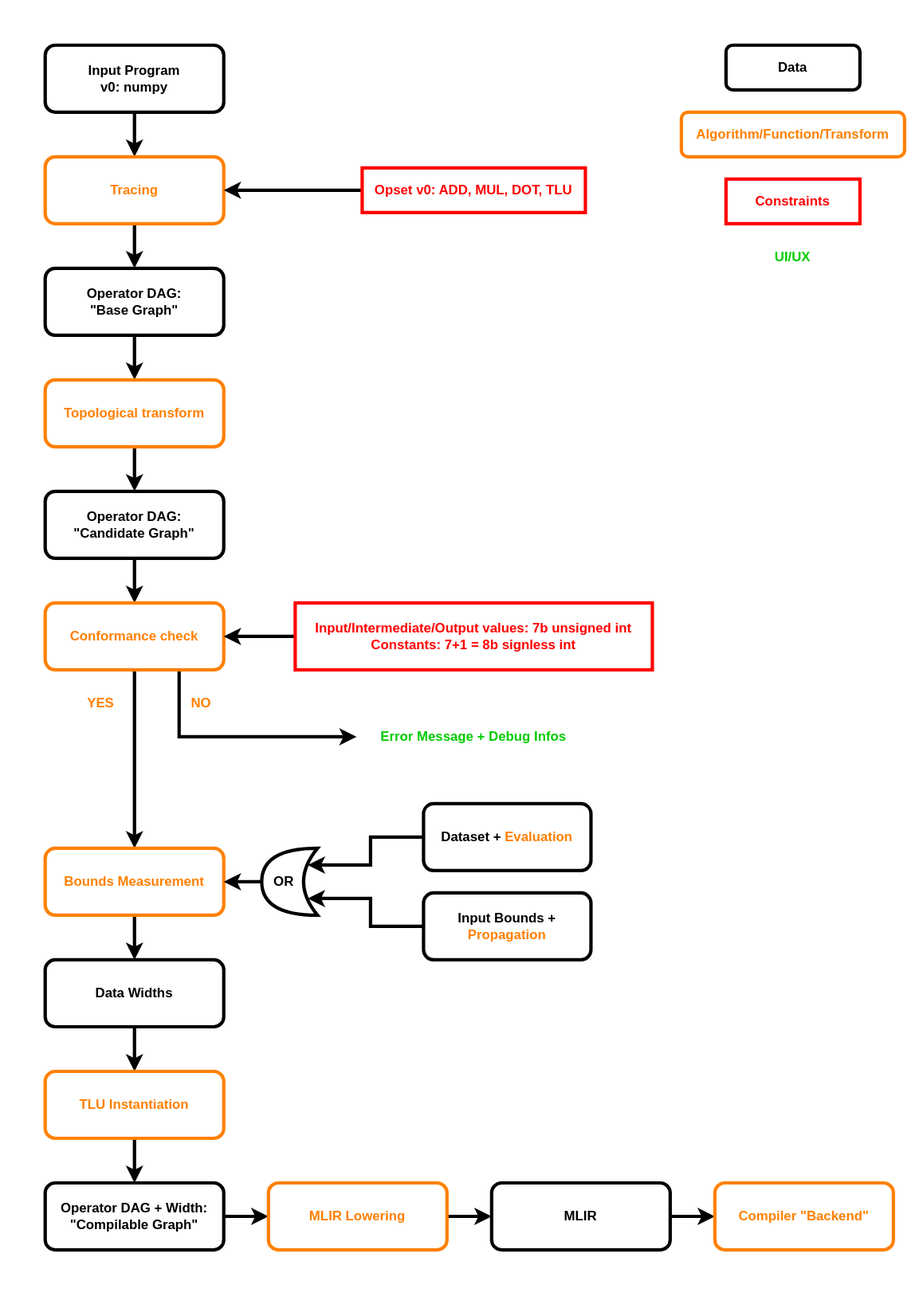
Before: docs/_static/frontend_flow.svg, a diagram exported from draw.io (zama-ai/concrete). Source tidied: cells renumbered, new cells last; positions are measured from the earlier drawing's top-left corner, leaving out a move shared by most shapes.
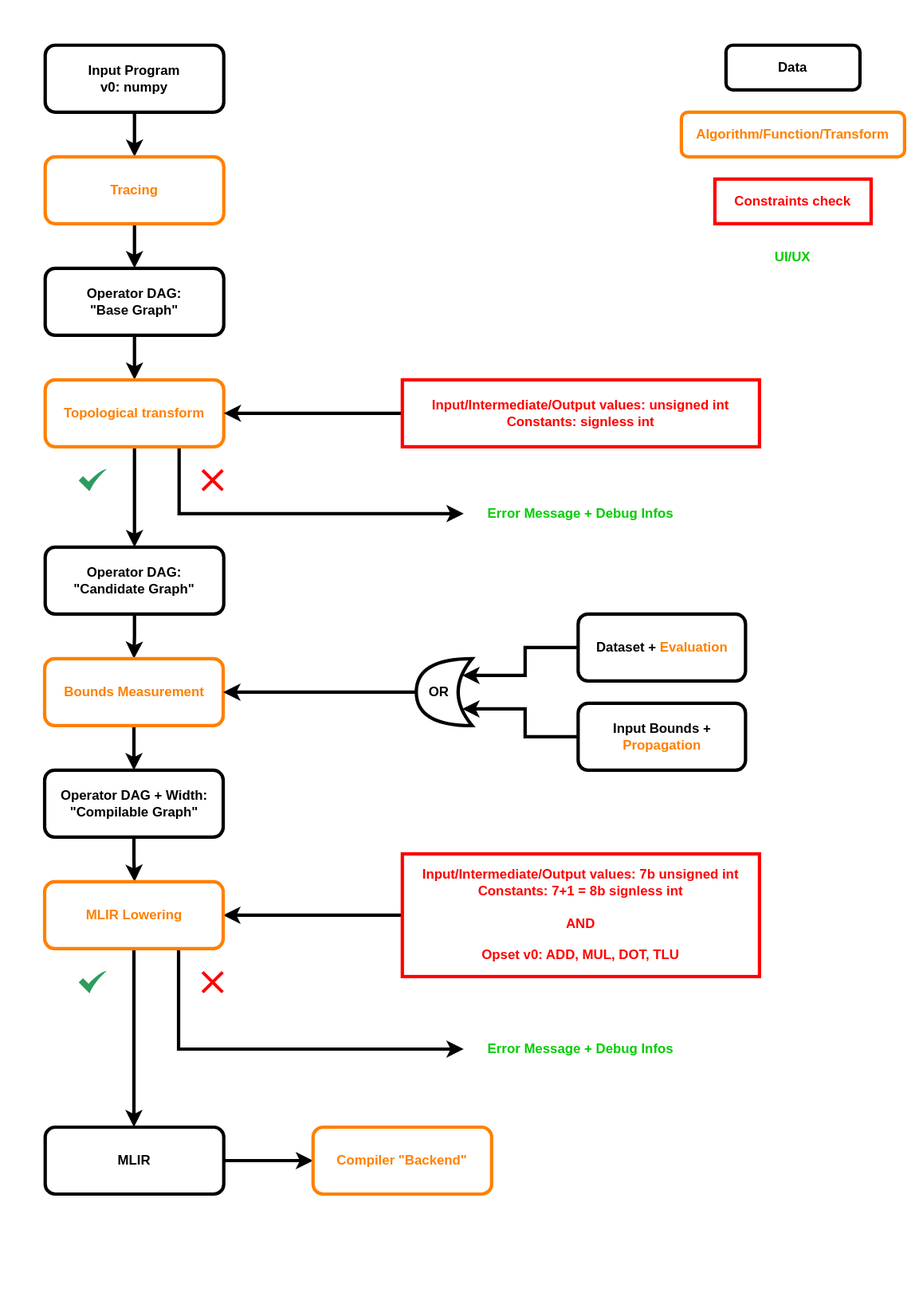
After the change.

Commit message:
docs(dev): update frontend flow file

- use feedbacks and re-evaluate with experience building the numpy tracing

Change to the diagram source:
```diff
@@ -29,110 +29,108 @@
     <mxCell id="10" style="edgeStyle=orthogonalEdgeStyle;rounded=0;jettySize=auto;html=1;strokeWidth=3;" parent="1" edge="1" source="11" target="13">
       <mxGeometry relative="1" as="geometry" />
     </mxCell>
+    <mxCell id="46" style="edgeStyle=orthogonalEdgeStyle;rounded=0;jettySize=auto;html=1;exitX=0.75;exitY=1;exitDx=0;exitDy=0;entryX=0;entryY=0.5;entryDx=0;entryDy=0;fontColor=#FF8000;strokeWidth=3;" parent="1" edge="1" source="11" target="53">
+      <mxGeometry relative="1" as="geometry" />
+    </mxCell>
     <mxCell id="11" value="Topological transform" style="rounded=1;whiteSpace=wrap;html=1;strokeColor=#FF8000;fontColor=#FF8000;strokeWidth=3;fontStyle=1;" parent="1" vertex="1">
       <mxGeometry y="300" width="160" height="60" as="geometry" />
     </mxCell>
-    <mxCell id="12" style="edgeStyle=orthogonalEdgeStyle;rounded=0;jettySize=auto;html=1;strokeWidth=3;" parent="1" edge="1" source="13" target="16">
-      <mxGeometry relative="1" as="geometry" />
-    </mxCell>
+    <mxCell id="47" style="edgeStyle=orthogonalEdgeStyle;rounded=0;jettySize=auto;html=1;strokeWidth=3;" parent="1" edge="1" source="13" target="24">
+      <mxGeometry relative="1" as="geometry" />
+    </mxCell>
     <mxCell id="13" value="Operator DAG:&lt;br&gt;&quot;Candidate Graph&quot;" style="rounded=1;whiteSpace=wrap;html=1;strokeWidth=3;fontStyle=1;" parent="1" vertex="1">
-      <mxGeometry y="400" width="160" height="60" as="geometry" />
+      <mxGeometry y="450" width="160" height="60" as="geometry" />
     </mxCell>
-    <mxCell id="14" style="edgeStyle=orthogonalEdgeStyle;rounded=0;jettySize=auto;html=1;exitX=0.75;exitY=1;exitDx=0;exitDy=0;entryX=0;entryY=0.5;entryDx=0;entryDy=0;fontColor=#00CC00;strokeWidth=3;" parent="1" edge="1" source="16" target="21">
-      <mxGeometry relative="1" as="geometry" />
-    </mxCell>
-    <mxCell id="15" style="edgeStyle=orthogonalEdgeStyle;rounded=0;jettySize=auto;html=1;exitX=0.5;exitY=1;exitDx=0;exitDy=0;entryX=0.5;entryY=0;entryDx=0;entryDy=0;fontColor=#00CC00;strokeWidth=3;" parent="1" edge="1" source="16" target="24">
-      <mxGeometry relative="1" as="geometry" />
-    </mxCell>
-    <mxCell id="16" value="Conformance check" style="rounded=1;whiteSpace=wrap;html=1;strokeColor=#FF8000;fontColor=#FF8000;strokeWidth=3;fontStyle=1;" parent="1" vertex="1">
-      <mxGeometry y="500" width="160" height="60" as="geometry" />
-    </mxCell>
-    <mxCell id="17" value="Constraints" style="rounded=0;whiteSpace=wrap;html=1;strokeWidth=3;strokeColor=#FF0000;fontColor=#FF0000;fontStyle=1;" parent="1" vertex="1">
-      <mxGeometry x="610" y="120" width="120" height="40" as="geometry" />
+    <mxCell id="17" value="Constraints check" style="rounded=0;whiteSpace=wrap;html=1;strokeWidth=3;strokeColor=#FF0000;fontColor=#FF0000;fontStyle=1;" parent="1" vertex="1">
+      <mxGeometry x="600" y="120" width="140" height="40" as="geometry" />
     </mxCell>
-    <mxCell id="18" style="edgeStyle=orthogonalEdgeStyle;rounded=0;jettySize=auto;html=1;fontColor=#FF0000;strokeWidth=3;" parent="1" edge="1" source="19" target="16">
-      <mxGeometry relative="1" as="geometry" />
-    </mxCell>
+    <mxCell id="48" style="edgeStyle=orthogonalEdgeStyle;rounded=0;jettySize=auto;html=1;exitX=0;exitY=0.5;exitDx=0;exitDy=0;entryX=1;entryY=0.5;entryDx=0;entryDy=0;fontColor=#FF8000;strokeWidth=3;" parent="1" edge="1" source="19" target="38">
+      <mxGeometry relative="1" as="geometry" />
+    </mxCell>
-    <mxCell id="19" value="Input/Intermediate/Output values: 7b unsigned int&lt;br&gt;Constants: 7+1 = 8b signless int" style="rounded=0;whiteSpace=wrap;html=1;strokeWidth=3;strokeColor=#FF0000;fontColor=#FF0000;fontStyle=1;" parent="1" vertex="1">
-      <mxGeometry x="224" y="500" width="320" height="60" as="geometry" />
+    <mxCell id="19" value="Input/Intermediate/Output values: 7b unsigned int&lt;br&gt;Constants: 7+1 = 8b signless int&lt;br&gt;&lt;br&gt;AND&lt;br&gt;&lt;br&gt;&lt;span style=&quot;font-family: &amp;#34;helvetica&amp;#34;&quot;&gt;Opset v0: ADD, MUL, DOT, TLU&lt;/span&gt;" style="rounded=0;whiteSpace=wrap;html=1;strokeWidth=3;strokeColor=#FF0000;fontColor=#FF0000;fontStyle=1;" parent="1" vertex="1">
+      <mxGeometry x="320" y="725" width="320" height="110" as="geometry" />
     </mxCell>
     <mxCell id="20" value="UI/UX" style="text;html=1;strokeColor=none;fillColor=none;align=center;verticalAlign=middle;whiteSpace=wrap;rounded=0;fontColor=#00CC00;fontStyle=1;" parent="1" vertex="1">
       <mxGeometry x="650" y="180" width="40" height="20" as="geometry" />
     </mxCell>
     <mxCell id="21" value="Error Message + Debug Infos" style="text;html=1;strokeColor=none;fillColor=none;align=center;verticalAlign=middle;whiteSpace=wrap;rounded=0;fontColor=#00CC00;fontStyle=1;" parent="1" vertex="1">
-      <mxGeometry x="279" y="600" width="210" height="40" as="geometry" />
+      <mxGeometry x="375" y="880" width="210" height="40" as="geometry" />
     </mxCell>
-    <mxCell id="22" value="&lt;font color=&quot;#ff8000&quot;&gt;&lt;b&gt;NO&lt;/b&gt;&lt;/font&gt;" style="text;html=1;strokeColor=none;fillColor=none;align=center;verticalAlign=middle;whiteSpace=wrap;rounded=0;fontColor=#00CC00;" parent="1" vertex="1">
-      <mxGeometry x="120" y="580" width="40" height="20" as="geometry" />
-    </mxCell>
     <mxCell id="23" style="edgeStyle=orthogonalEdgeStyle;rounded=0;jettySize=auto;html=1;fontColor=#000000;strokeWidth=3;" parent="1" edge="1" source="24" target="34">
       <mxGeometry relative="1" as="geometry" />
     </mxCell>
     <mxCell id="24" value="Bounds Measurement" style="rounded=1;whiteSpace=wrap;html=1;strokeColor=#FF8000;fontColor=#FF8000;strokeWidth=3;fontStyle=1;" parent="1" vertex="1">
-      <mxGeometry y="720" width="160" height="60" as="geometry" />
+      <mxGeometry x="-0.5" y="550" width="160" height="60" as="geometry" />
     </mxCell>
     <mxCell id="25" style="edgeStyle=orthogonalEdgeStyle;rounded=0;jettySize=auto;html=1;fontColor=#00CC00;strokeWidth=3;" parent="1" edge="1" source="26" target="24">
       <mxGeometry relative="1" as="geometry" />
     </mxCell>
     <mxCell id="26" style="shape=xor;whiteSpace=wrap;html=1;fontColor=#00CC00;strokeWidth=3;rotation=-180;" parent="1" vertex="1">
-      <mxGeometry x="194" y="720" width="50" height="60" as="geometry" />
+      <mxGeometry x="332.5" y="550" width="50" height="60" as="geometry" />
     </mxCell>
     <mxCell id="27" style="edgeStyle=orthogonalEdgeStyle;rounded=0;jettySize=auto;html=1;exitX=0;exitY=0.5;exitDx=0;exitDy=0;entryX=0.175;entryY=0.75;entryDx=0;entryDy=0;entryPerimeter=0;fontColor=#00CC00;strokeWidth=3;" parent="1" edge="1" source="28" target="26">
       <mxGeometry relative="1" as="geometry" />
     </mxCell>
     <mxCell id="28" value="Dataset + &lt;font color=&quot;#ff8000&quot;&gt;Evaluation&lt;/font&gt;" style="rounded=1;whiteSpace=wrap;html=1;strokeWidth=3;fontStyle=1;" parent="1" vertex="1">
-      <mxGeometry x="339" y="680" width="150" height="60" as="geometry" />
+      <mxGeometry x="477.5" y="510" width="150" height="60" as="geometry" />
     </mxCell>
     <mxCell id="29" style="edgeStyle=orthogonalEdgeStyle;rounded=0;jettySize=auto;html=1;exitX=0;exitY=0.5;exitDx=0;exitDy=0;entryX=0.175;entryY=0.25;entryDx=0;entryDy=0;entryPerimeter=0;fontColor=#00CC00;strokeWidth=3;" parent="1" edge="1" source="30" target="26">
       <mxGeometry relative="1" as="geometry" />
     </mxCell>
     <mxCell id="30" value="Input Bounds + &lt;font color=&quot;#ff8000&quot;&gt;Propagation&lt;/font&gt;" style="rounded=1;whiteSpace=wrap;html=1;strokeWidth=3;fontStyle=1;" parent="1" vertex="1">
-      <mxGeometry x="339" y="760" width="150" height="60" as="geometry" />
+      <mxGeometry x="477.5" y="590" width="150" height="60" as="geometry" />
     </mxCell>
-    <mxCell id="31" value="&lt;font color=&quot;#ff8000&quot;&gt;&lt;b&gt;YES&lt;/b&gt;&lt;/font&gt;" style="text;html=1;strokeColor=none;fillColor=none;align=center;verticalAlign=middle;whiteSpace=wrap;rounded=0;fontColor=#00CC00;" parent="1" vertex="1">
-      <mxGeometry x="30" y="580" width="40" height="20" as="geometry" />
-    </mxCell>
     <mxCell id="32" value="OR" style="text;html=1;strokeColor=none;fillColor=none;align=center;verticalAlign=middle;whiteSpace=wrap;rounded=0;fontStyle=1;" parent="1" vertex="1">
-      <mxGeometry x="194" y="740" width="40" height="20" as="geometry" />
+      <mxGeometry x="332.5" y="570" width="40" height="20" as="geometry" />
     </mxCell>
-    <mxCell id="33" style="edgeStyle=orthogonalEdgeStyle;rounded=0;jettySize=auto;html=1;fontColor=#000000;strokeWidth=3;" parent="1" edge="1" source="34" target="38">
-      <mxGeometry relative="1" as="geometry" />
-    </mxCell>
+    <mxCell id="49" style="edgeStyle=orthogonalEdgeStyle;rounded=0;jettySize=auto;html=1;strokeWidth=3;" parent="1" edge="1" source="34">
+      <mxGeometry relative="1" as="geometry">
+        <mxPoint x="80" y="750" as="targetPoint" />
+      </mxGeometry>
+    </mxCell>
-    <mxCell id="34" value="Data Widths" style="rounded=1;whiteSpace=wrap;html=1;strokeWidth=3;fontStyle=1;" parent="1" vertex="1">
-      <mxGeometry y="820" width="160" height="60" as="geometry" />
+    <mxCell id="34" value="Operator DAG + Width:&lt;br&gt;&quot;Compilable Graph&quot;" style="rounded=1;whiteSpace=wrap;html=1;strokeWidth=3;fontStyle=1;" parent="1" vertex="1">
+      <mxGeometry x="-0.5" y="650" width="160" height="60" as="geometry" />
     </mxCell>
-    <mxCell id="35" style="edgeStyle=orthogonalEdgeStyle;rounded=0;jettySize=auto;html=1;fontColor=#000000;strokeWidth=3;" parent="1" edge="1" source="36" target="5">
-      <mxGeometry relative="1" as="geometry" />
-    </mxCell>
-    <mxCell id="36" value="&lt;span style=&quot;font-family: &amp;#34;helvetica&amp;#34;&quot;&gt;Opset v0: ADD, MUL, DOT, TLU&lt;/span&gt;" style="rounded=0;whiteSpace=wrap;html=1;strokeWidth=3;strokeColor=#FF0000;fontColor=#FF0000;fontStyle=1;" parent="1" vertex="1">
-      <mxGeometry x="284" y="110" width="200" height="40" as="geometry" />
-    </mxCell>
-    <mxCell id="37" style="edgeStyle=orthogonalEdgeStyle;rounded=0;jettySize=auto;html=1;fontColor=#000000;strokeWidth=3;" parent="1" edge="1" source="38" target="40">
-      <mxGeometry relative="1" as="geometry" />
+    <mxCell id="37" style="edgeStyle=orthogonalEdgeStyle;rounded=0;jettySize=auto;html=1;fontColor=#000000;strokeWidth=3;" parent="1" edge="1" source="38">
+      <mxGeometry relative="1" as="geometry">
+        <mxPoint x="79.5" y="970" as="targetPoint" />
+      </mxGeometry>
     </mxCell>
+    <mxCell id="50" style="edgeStyle=orthogonalEdgeStyle;rounded=0;jettySize=auto;html=1;exitX=0.75;exitY=1;exitDx=0;exitDy=0;entryX=0;entryY=0.5;entryDx=0;entryDy=0;fontColor=#FF8000;strokeWidth=3;" parent="1" edge="1" source="38" target="21">
+      <mxGeometry relative="1" as="geometry" />
+    </mxCell>
-    <mxCell id="38" value="TLU Instantiation" style="rounded=1;whiteSpace=wrap;html=1;strokeColor=#FF8000;fontColor=#FF8000;strokeWidth=3;fontStyle=1;" parent="1" vertex="1">
-      <mxGeometry y="920" width="160" height="60" as="geometry" />
+    <mxCell id="38" value="MLIR Lowering" style="rounded=1;whiteSpace=wrap;html=1;strokeColor=#FF8000;fontColor=#FF8000;strokeWidth=3;fontStyle=1;" parent="1" vertex="1">
+      <mxGeometry x="-0.5" y="750" width="160" height="60" as="geometry" />
     </mxCell>
-    <mxCell id="39" style="edgeStyle=orthogonalEdgeStyle;rounded=0;jettySize=auto;html=1;fontColor=#000000;strokeWidth=3;" parent="1" edge="1" source="40" target="42">
-      <mxGeometry relative="1" as="geometry" />
-    </mxCell>
-    <mxCell id="40" value="Operator DAG + Width:&lt;br&gt;&quot;Compilable Graph&quot;" style="rounded=1;whiteSpace=wrap;html=1;strokeWidth=3;fontStyle=1;" parent="1" vertex="1">
-      <mxGeometry y="1020" width="160" height="60" as="geometry" />
-    </mxCell>
-    <mxCell id="41" style="edgeStyle=orthogonalEdgeStyle;rounded=0;jettySize=auto;html=1;fontColor=#000000;strokeWidth=3;" parent="1" edge="1" source="42" target="44">
-      <mxGeometry relative="1" as="geometry" />
-    </mxCell>
-    <mxCell id="42" value="MLIR Lowering" style="rounded=1;whiteSpace=wrap;html=1;strokeColor=#FF8000;fontColor=#FF8000;strokeWidth=3;fontStyle=1;" parent="1" vertex="1">
-      <mxGeometry x="200" y="1020" width="160" height="60" as="geometry" />
-    </mxCell>
     <mxCell id="43" style="edgeStyle=orthogonalEdgeStyle;rounded=0;jettySize=auto;html=1;fontColor=#000000;strokeWidth=3;" parent="1" edge="1" source="44" target="45">
       <mxGeometry relative="1" as="geometry" />
     </mxCell>
     <mxCell id="44" value="MLIR" style="rounded=1;whiteSpace=wrap;html=1;strokeWidth=3;fontStyle=1;" parent="1" vertex="1">
-      <mxGeometry x="400" y="1020" width="160" height="60" as="geometry" />
+      <mxGeometry y="970" width="160" height="60" as="geometry" />
     </mxCell>
     <mxCell id="45" value="Compiler &quot;Backend&quot;" style="rounded=1;whiteSpace=wrap;html=1;strokeColor=#FF8000;fontColor=#FF8000;strokeWidth=3;fontStyle=1;" parent="1" vertex="1">
-      <mxGeometry x="600" y="1020" width="160" height="60" as="geometry" />
+      <mxGeometry x="240" y="970" width="160" height="60" as="geometry" />
     </mxCell>
+    <mxCell id="51" style="edgeStyle=orthogonalEdgeStyle;rounded=0;jettySize=auto;html=1;exitX=0;exitY=0.5;exitDx=0;exitDy=0;entryX=1;entryY=0.5;entryDx=0;entryDy=0;strokeWidth=3;" parent="1" edge="1" source="52" target="11">
+      <mxGeometry relative="1" as="geometry" />
+    </mxCell>
+    <mxCell id="52" value="Input/Intermediate/Output values: unsigned int&lt;br&gt;Constants: signless int" style="rounded=0;whiteSpace=wrap;html=1;strokeWidth=3;strokeColor=#FF0000;fontColor=#FF0000;fontStyle=1;" parent="1" vertex="1">
+      <mxGeometry x="320" y="300" width="320" height="60" as="geometry" />
+    </mxCell>
+    <mxCell id="53" value="Error Message + Debug Infos" style="text;html=1;strokeColor=none;fillColor=none;align=center;verticalAlign=middle;whiteSpace=wrap;rounded=0;fontColor=#00CC00;fontStyle=1;" parent="1" vertex="1">
+      <mxGeometry x="375" y="400" width="210" height="40" as="geometry" />
+    </mxCell>
+    <mxCell id="54" style="html=1;strokeColor=none;shadow=0;align=center;verticalAlign=top;fillColor=#2D9C5E;shape=mxgraph.gcp2.check;fontColor=#FF8000;" parent="1" vertex="1">
+      <mxGeometry x="30" y="380" width="25" height="20" as="geometry" />
+    </mxCell>
+    <mxCell id="55" style="shape=mxgraph.mockup.markup.redX;fillColor=#ff0000;html=1;shadow=0;strokeColor=none;fontColor=#FF8000;" parent="1" vertex="1">
+      <mxGeometry x="140" y="380" width="20" height="20" as="geometry" />
+    </mxCell>
+    <mxCell id="56" style="html=1;strokeColor=none;shadow=0;align=center;verticalAlign=top;fillColor=#2D9C5E;shape=mxgraph.gcp2.check;fontColor=#FF8000;" parent="1" vertex="1">
+      <mxGeometry x="30" y="830" width="25" height="20" as="geometry" />
+    </mxCell>
+    <mxCell id="57" style="shape=mxgraph.mockup.markup.redX;fillColor=#ff0000;html=1;shadow=0;strokeColor=none;fontColor=#FF8000;" parent="1" vertex="1">
+      <mxGeometry x="140" y="830" width="20" height="20" as="geometry" />
+    </mxCell>
   </root>
 </mxGraphModel>
```
